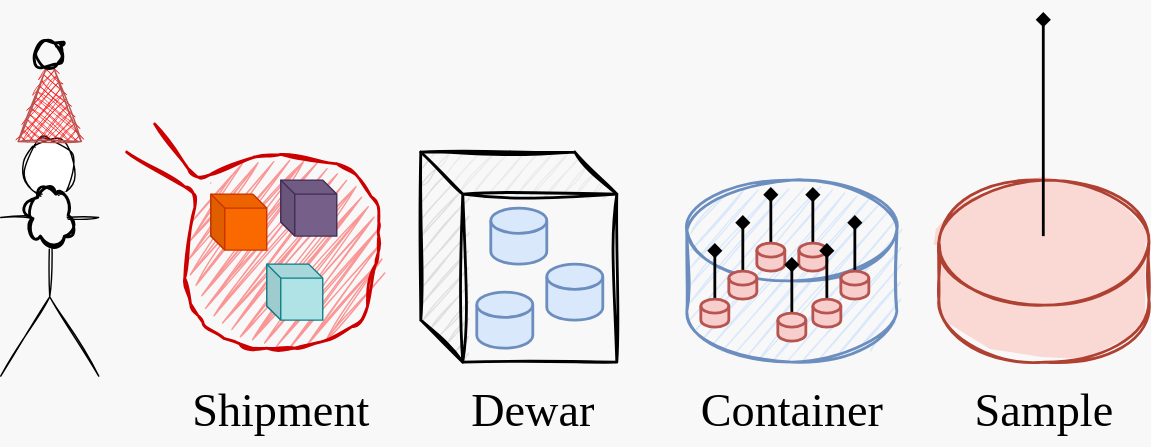
This is christmas.drawio.svg from keeble/i19-1-workshop, a draw.io export, as it was before one commit. Source tidied: cells renumbered, new cells last; positions are measured from the earlier drawing's top-left corner, leaving out a move shared by most shapes.
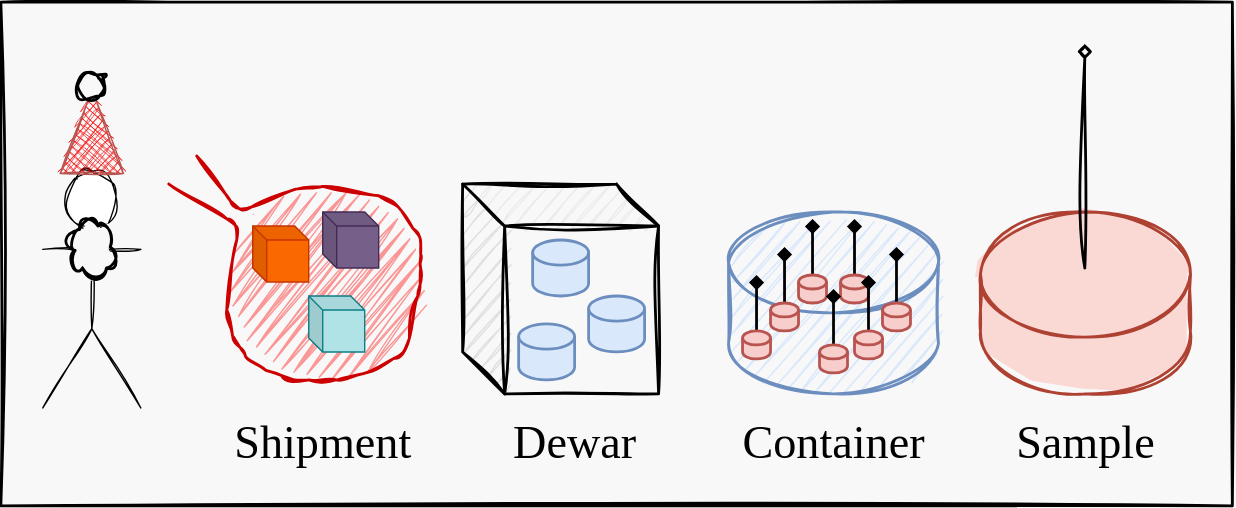
Above is the later version.

The edit, as a diff of the source:
```diff
@@ -2,6 +2,9 @@
   <root>
     <mxCell id="0" />
     <mxCell id="1" parent="0" />
+    <mxCell id="36" style="rounded=0;whiteSpace=wrap;html=1;fillStyle=solid;strokeWidth=2;fontFamily=Verdana;fontSize=33;fillColor=none;glass=0;shadow=0;sketch=1;curveFitting=1;jiggle=2;" parent="1" vertex="1">
+      <mxGeometry x="-30" y="-30" width="880" height="360" as="geometry" />
+    </mxCell>
     <mxCell id="2" style="ellipse;whiteSpace=wrap;html=1;fillStyle=zigzag;strokeWidth=2;fillColor=#FA9696;strokeColor=none;sketch=1;curveFitting=1;jiggle=2;" parent="1" vertex="1">
       <mxGeometry x="130" y="100" width="140" height="140" as="geometry" />
     </mxCell>
@@ -128,7 +131,7 @@
     <mxCell id="33" style="shape=cylinder3;whiteSpace=wrap;html=1;boundedLbl=1;backgroundOutline=1;size=44.66666666666666;strokeWidth=2;fillColor=#fad9d5;strokeColor=#ae4132;sketch=1;curveFitting=1;jiggle=2;fillStyle=solid;" parent="1" vertex="1">
       <mxGeometry x="670" y="120" width="150" height="130" as="geometry" />
     </mxCell>
-    <mxCell id="34" style="edgeStyle=orthogonalEdgeStyle;rounded=1;orthogonalLoop=1;jettySize=auto;html=1;strokeWidth=2;endArrow=diamond;endFill=1;startArrow=none;startFill=0;" parent="1" edge="1">
+    <mxCell id="34" style="edgeStyle=orthogonalEdgeStyle;rounded=1;orthogonalLoop=1;jettySize=auto;html=1;strokeWidth=2;endArrow=diamond;endFill=1;startArrow=none;startFill=0;sketch=1;curveFitting=1;jiggle=2;" parent="1" edge="1">
       <mxGeometry relative="1" as="geometry">
         <mxPoint x="744.6" y="160" as="sourcePoint" />
         <mxPoint x="744.6" as="targetPoint" />
```
